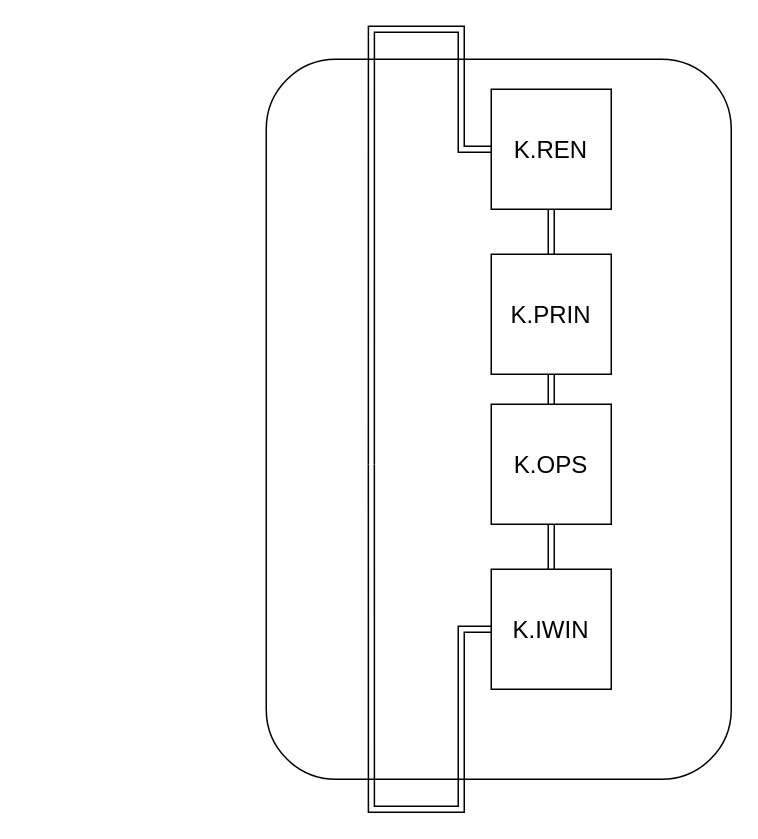
syawal121008/tempmail-wal keeps this draw.io diagram as Diagram Tanpa Judul.drawio. Above is the earlier version. Source tidied: cells renumbered, new cells numbered last; positions are measured from the earlier drawing's top-left corner, leaving out a move shared by most shapes. Both pictures are drawn from the tidied source at 150%, with x=0, y=0 at pixel (266, 58).
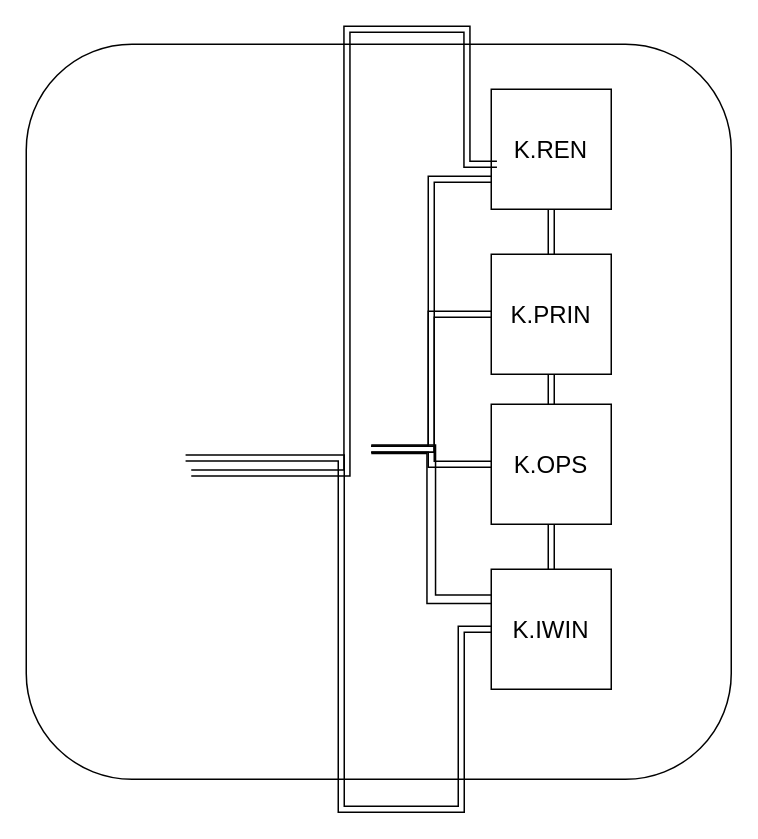
Above is the later version.

The change refers to these unchanged cells:
```xml
<mxCell id="4" value="&lt;font size=&quot;3&quot;&gt;K.REN&lt;/font&gt;" style="whiteSpace=wrap;html=1;" parent="1" vertex="1">
  <mxGeometry x="150" y="20" width="80" height="80" as="geometry" />
</mxCell>
<mxCell id="6" value="&lt;font size=&quot;3&quot;&gt;K.PRIN&lt;/font&gt;" style="whiteSpace=wrap;html=1;" parent="1" vertex="1">
  <mxGeometry x="150" y="130" width="80" height="80" as="geometry" />
</mxCell>
<mxCell id="8" value="&lt;font size=&quot;3&quot;&gt;K.OPS&lt;/font&gt;" style="whiteSpace=wrap;html=1;" parent="1" vertex="1">
  <mxGeometry x="150" y="230" width="80" height="80" as="geometry" />
</mxCell>
<mxCell id="9" value="&lt;font size=&quot;3&quot;&gt;K.IWIN&lt;/font&gt;" style="whiteSpace=wrap;html=1;" parent="1" vertex="1">
  <mxGeometry x="150" y="340" width="80" height="80" as="geometry" />
</mxCell>
```

What changed in the source:
```diff
@@
     <mxCell id="2" style="rounded=1;whiteSpace=wrap;html=1;" parent="1" vertex="1">
-      <mxGeometry width="310" height="480" as="geometry" />
+      <mxGeometry x="-160" y="-10" width="470" height="490" as="geometry" />
     </mxCell>
@@
+    <mxCell id="12" style="edgeStyle=elbowEdgeStyle;shape=link;rounded=0;jettySize=auto;html=1;exitX=0;exitY=0.75;exitDx=0;exitDy=0;" parent="1" edge="1" source="4">
+      <mxGeometry relative="1" as="geometry">
+        <mxPoint x="70" y="260" as="targetPoint" />
+      </mxGeometry>
+    </mxCell>
@@
+    <mxCell id="13" style="edgeStyle=elbowEdgeStyle;shape=link;rounded=0;jettySize=auto;html=1;" parent="1" edge="1" source="6">
+      <mxGeometry relative="1" as="geometry">
+        <mxPoint x="70" y="260" as="targetPoint" />
+      </mxGeometry>
+    </mxCell>
@@
+    <mxCell id="14" style="edgeStyle=elbowEdgeStyle;shape=link;rounded=0;jettySize=auto;html=1;exitX=0;exitY=0.5;exitDx=0;exitDy=0;" parent="1" edge="1" source="8">
+      <mxGeometry relative="1" as="geometry">
+        <mxPoint x="70" y="260" as="targetPoint" />
+      </mxGeometry>
+    </mxCell>
@@
+    <mxCell id="15" style="edgeStyle=elbowEdgeStyle;shape=link;rounded=0;jettySize=auto;html=1;exitX=0;exitY=0.25;exitDx=0;exitDy=0;width=5.714285714285715;" parent="1" edge="1" source="9">
+      <mxGeometry relative="1" as="geometry">
+        <mxPoint x="70" y="260" as="targetPoint" />
+      </mxGeometry>
+    </mxCell>
@@
-    <mxCell id="10" style="edgeStyle=orthogonalEdgeStyle;shape=link;rounded=0;jettySize=auto;html=1;exitX=0;exitY=0.5;exitDx=0;exitDy=0;entryX=0.226;entryY=0.563;entryDx=0;entryDy=0;entryPerimeter=0;" parent="1" edge="1" source="4" target="2">
-      <mxGeometry relative="1" as="geometry" />
+    <mxCell id="10" style="edgeStyle=orthogonalEdgeStyle;shape=link;rounded=0;orthogonalLoop=1;jettySize=auto;html=1;exitX=0;exitY=0.5;exitDx=0;exitDy=0;entryX=0.226;entryY=0.563;entryDx=0;entryDy=0;entryPerimeter=0;" parent="1" edge="1">
+      <mxGeometry relative="1" as="geometry">
+        <mxPoint x="153.8" y="70" as="sourcePoint" />
+        <mxPoint x="-50" y="275.9" as="targetPoint" />
+        <Array as="points">
+          <mxPoint x="133.8" y="70" />
+          <mxPoint x="133.8" y="-20" />
+          <mxPoint x="53.8" y="-20" />
+          <mxPoint x="53.8" y="276" />
+        </Array>
+      </mxGeometry>
     </mxCell>
     <mxCell id="11" style="edgeStyle=orthogonalEdgeStyle;shape=link;rounded=0;jettySize=auto;html=1;exitX=0;exitY=0.5;exitDx=0;exitDy=0;entryX=0.226;entryY=0.563;entryDx=0;entryDy=0;entryPerimeter=0;" parent="1" edge="1" source="9" target="2">
-      <mxGeometry relative="1" as="geometry" />
+      <mxGeometry relative="1" as="geometry">
+        <Array as="points">
+          <mxPoint x="130" y="380" />
+          <mxPoint x="130" y="500" />
+          <mxPoint x="50" y="500" />
+          <mxPoint x="50" y="266" />
+        </Array>
+      </mxGeometry>
     </mxCell>
```
